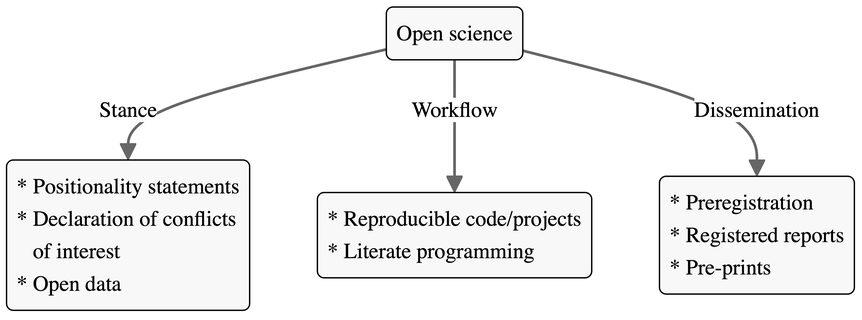
This is figs/os-flow/fig-os-flow.png from RAP-group/guide_to_open_science, a Mermaid export, as it was before one commit. Its source is kept beside it as figs/os-flow/fig-os-flow.mmd. Source of this version:
```mermaid
flowchart TD
    A(Open science)
    A -->|Stance| B(* Positionality statements\n* Declaration of conflicts\n &nbsp; &nbsp;of interest\n* Open data)
    style B text-align:left
    A -->|Workflow| C(* Reproducible code/projects\n* Literate programming)
    style C text-align:left
    A -->|Dissemination| D(* Preregistration\n* Registered reports\n* Pre-prints)
    style D text-align:left
```
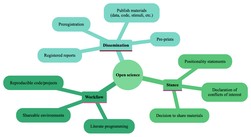
After the change.

Commit message:
update os flow fig and add to doc

Change to the diagram source:
```diff
@@ -1,8 +1,26 @@
-flowchart TD
-    A(Open science)
-    A -->|Stance| B(* Positionality statements\n* Declaration of conflicts\n &nbsp; &nbsp;of interest\n* Open data)
-    style B text-align:left
-    A -->|Workflow| C(* Reproducible code/projects\n* Literate programming)
-    style C text-align:left
-    A -->|Dissemination| D(* Preregistration\n* Registered reports\n* Pre-prints)
-    style D text-align:left
+---
+config:
+  theme: base
+  themeVariables:
+    primaryTextColor: '#000'
+    primaryColor: '#DEF5E5FF'
+    secondaryColor: '#B7E6C5FF'
+    tertiaryColor: '#84D9B1FF'
+    fontSize: '13px'
+    fontFamily: 'Times New Roman, Times, serif'
+---
+mindmap
+  root((**Open science**))
+    **Stance**
+      (Positionality statements)
+      (Declaration of<br>conflicts of interest)
+      (Decision to share materials)
+    **Workflow**
+      (Literate programming)
+      (Reproducible code/projects)
+      (Shareable environments)
+    **Dissemination**
+      (Preregistration)
+      (Registered reports)
+      (Pre-prints)
+      ("Publish materials<br>(data, code, stimuli, etc.)")
```
